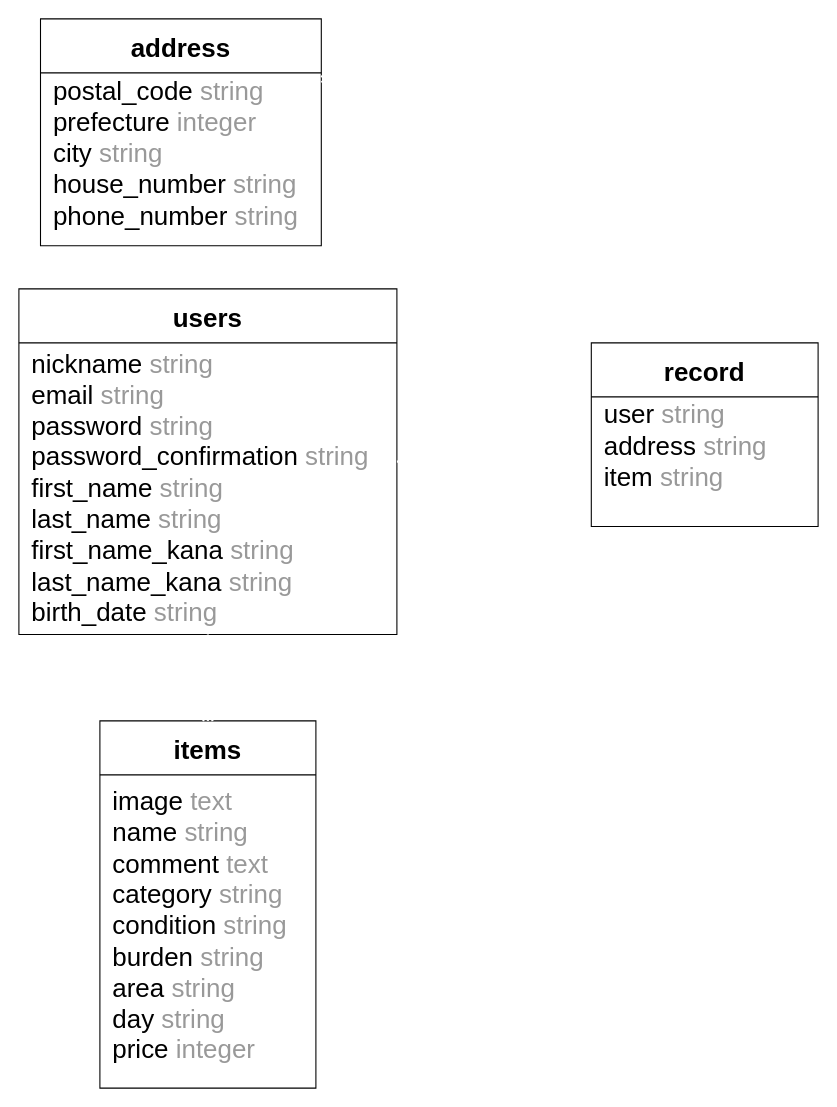
eshy5001/furima-31505 keeps this draw.io diagram as ER.dio. Above is the earlier version. Source tidied: cells renumbered, new cells numbered last; positions are measured from the earlier drawing's top-left corner, leaving out a move shared by most shapes. Both pictures are drawn from the tidied source at 108%, with x=0, y=0 at pixel (18, 18).
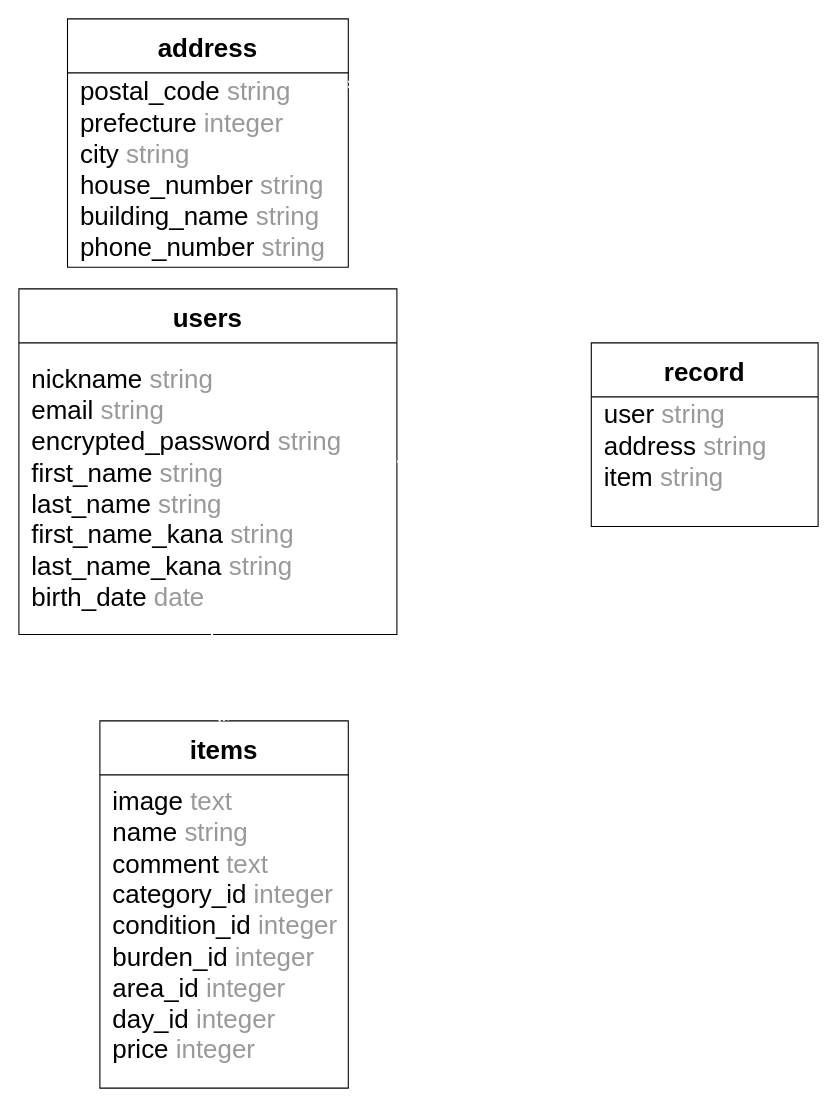
After the change.

Commit message (it also covers changes not shown here):
DBのER図とREADME_修正版

The edit, as a diff of the source:
```diff
@@
 <mxGraphModel>
   <root>
     <mxCell id="0" />
     <mxCell id="1" parent="0" />
     <mxCell id="2" value="users" style="swimlane;startSize=50;fontSize=24;labelBackgroundColor=none;labelBorderColor=none;swimlaneFillColor=#FFFFFF;fontColor=#000000;" parent="1" vertex="1">
       <mxGeometry y="250" width="350" height="320" as="geometry" />
     </mxCell>
-    <mxCell id="3" value="&lt;font color=&quot;#000000&quot;&gt;nickname&lt;/font&gt;&amp;nbsp;&lt;font color=&quot;#999999&quot;&gt;string&lt;/font&gt;&lt;br&gt;&lt;font color=&quot;#000000&quot;&gt;email&lt;/font&gt;&amp;nbsp;&lt;font color=&quot;#999999&quot;&gt;string&lt;/font&gt;&lt;br&gt;&lt;font color=&quot;#000000&quot;&gt;password&lt;/font&gt;&amp;nbsp;&lt;font color=&quot;#999999&quot;&gt;string&lt;/font&gt;&lt;br&gt;&lt;div&gt;&lt;font color=&quot;#000000&quot;&gt;password_confirmation&lt;/font&gt;&amp;nbsp;&lt;font color=&quot;#999999&quot;&gt;string&lt;/font&gt;&lt;/div&gt;&lt;div&gt;&lt;font color=&quot;#000000&quot;&gt;first_name&lt;/font&gt;&amp;nbsp;&lt;font color=&quot;#999999&quot;&gt;string&lt;/font&gt;&lt;/div&gt;&lt;div&gt;&lt;font color=&quot;#000000&quot;&gt;last_name&lt;/font&gt;&amp;nbsp;&lt;font color=&quot;#999999&quot;&gt;string&lt;/font&gt;&lt;/div&gt;&lt;div&gt;&lt;font color=&quot;#000000&quot;&gt;first_name_kana&lt;/font&gt;&amp;nbsp;&lt;font color=&quot;#999999&quot;&gt;string&lt;/font&gt;&lt;/div&gt;&lt;div&gt;&lt;font color=&quot;#000000&quot;&gt;last_name_kana&lt;/font&gt;&amp;nbsp;&lt;font color=&quot;#999999&quot;&gt;string&lt;/font&gt;&lt;/div&gt;&lt;div&gt;&lt;font color=&quot;#000000&quot;&gt;birth_date&lt;/font&gt;&lt;font color=&quot;#999999&quot;&gt; string&lt;/font&gt;&lt;/div&gt;" style="text;html=1;align=left;verticalAlign=middle;points=[];fontSize=24;" parent="2" vertex="1">
-      <mxGeometry x="10" y="50" width="330" height="270" as="geometry" />
+    <mxCell id="3" value="&lt;font color=&quot;#000000&quot;&gt;nickname&lt;/font&gt;&amp;nbsp;&lt;font color=&quot;#999999&quot;&gt;string&lt;/font&gt;&lt;br&gt;&lt;font color=&quot;#000000&quot;&gt;email&lt;/font&gt;&amp;nbsp;&lt;font color=&quot;#999999&quot;&gt;string&lt;/font&gt;&lt;br&gt;&lt;font color=&quot;#000000&quot;&gt;encrypted_password&lt;/font&gt;&amp;nbsp;&lt;font color=&quot;#999999&quot;&gt;string&lt;br&gt;&lt;/font&gt;&lt;div&gt;&lt;font color=&quot;#000000&quot;&gt;first_name&lt;/font&gt;&amp;nbsp;&lt;font color=&quot;#999999&quot;&gt;string&lt;/font&gt;&lt;/div&gt;&lt;div&gt;&lt;font color=&quot;#000000&quot;&gt;last_name&lt;/font&gt;&amp;nbsp;&lt;font color=&quot;#999999&quot;&gt;string&lt;/font&gt;&lt;/div&gt;&lt;div&gt;&lt;font color=&quot;#000000&quot;&gt;first_name_kana&lt;/font&gt;&amp;nbsp;&lt;font color=&quot;#999999&quot;&gt;string&lt;/font&gt;&lt;/div&gt;&lt;div&gt;&lt;font color=&quot;#000000&quot;&gt;last_name_kana&lt;/font&gt;&amp;nbsp;&lt;font color=&quot;#999999&quot;&gt;string&lt;/font&gt;&lt;/div&gt;&lt;div&gt;&lt;font color=&quot;#000000&quot;&gt;birth_date&lt;/font&gt;&lt;font color=&quot;#999999&quot;&gt;&amp;nbsp;date&lt;/font&gt;&lt;/div&gt;" style="text;html=1;align=left;verticalAlign=middle;points=[];fontSize=24;" parent="2" vertex="1">
+      <mxGeometry x="10" y="65" width="300" height="240" as="geometry" />
     </mxCell>
     <mxCell id="4" value="address" style="swimlane;startSize=50;fontSize=24;swimlaneFillColor=#ffffff;fontColor=#000000;labelBackgroundColor=none;" parent="1" vertex="1">
-      <mxGeometry x="20" width="260" height="210" as="geometry" />
+      <mxGeometry x="45" width="260" height="230" as="geometry" />
     </mxCell>
-    <mxCell id="5" value="&lt;font color=&quot;#000000&quot;&gt;postal_code&lt;/font&gt;&amp;nbsp;&lt;font color=&quot;#999999&quot;&gt;string&lt;/font&gt;&lt;br&gt;&lt;font color=&quot;#000000&quot;&gt;prefecture&lt;/font&gt; &lt;font color=&quot;#999999&quot;&gt;integer&lt;/font&gt;&lt;br&gt;&lt;font color=&quot;#000000&quot;&gt;city&lt;/font&gt;&amp;nbsp;&lt;font color=&quot;#999999&quot;&gt;string&lt;/font&gt;&lt;br&gt;&lt;div&gt;&lt;font color=&quot;#000000&quot;&gt;house_number&lt;/font&gt;&lt;font color=&quot;#999999&quot;&gt; string&lt;/font&gt;&lt;/div&gt;&lt;div&gt;&lt;font color=&quot;#000000&quot;&gt;phone_number&lt;/font&gt;&amp;nbsp;&lt;font color=&quot;#999999&quot;&gt;string&lt;br&gt;&lt;/font&gt;&lt;/div&gt;" style="text;html=1;align=left;verticalAlign=middle;fontSize=24;" parent="4" vertex="1">
-      <mxGeometry x="10" y="50" width="240" height="150" as="geometry" />
+    <mxCell id="5" value="&lt;font color=&quot;#000000&quot;&gt;postal_code&lt;/font&gt;&amp;nbsp;&lt;font color=&quot;#999999&quot;&gt;string&lt;/font&gt;&lt;br&gt;&lt;font color=&quot;#000000&quot;&gt;prefecture&lt;/font&gt; &lt;font color=&quot;#999999&quot;&gt;integer&lt;/font&gt;&lt;br&gt;&lt;font color=&quot;#000000&quot;&gt;city&lt;/font&gt;&amp;nbsp;&lt;font color=&quot;#999999&quot;&gt;string&lt;/font&gt;&lt;br&gt;&lt;div&gt;&lt;font color=&quot;#000000&quot;&gt;house_number&lt;/font&gt;&lt;font color=&quot;#999999&quot;&gt; string&lt;/font&gt;&lt;/div&gt;&lt;div&gt;&lt;font color=&quot;#000000&quot;&gt;building_name&lt;/font&gt;&lt;font color=&quot;#999999&quot;&gt; string&lt;/font&gt;&lt;/div&gt;&lt;div&gt;&lt;font color=&quot;#000000&quot;&gt;phone_number&lt;/font&gt;&amp;nbsp;&lt;font color=&quot;#999999&quot;&gt;string&lt;br&gt;&lt;/font&gt;&lt;/div&gt;" style="text;html=1;align=left;verticalAlign=middle;fontSize=24;" parent="4" vertex="1">
+      <mxGeometry x="10" y="50" width="240" height="180" as="geometry" />
     </mxCell>
     <mxCell id="6" style="edgeStyle=none;rounded=0;jettySize=auto;html=1;startArrow=ERmandOne;startFill=0;endArrow=ERmandOne;endFill=0;strokeWidth=2;fontSize=24;fontColor=#f0f0f0;entryX=0;entryY=1;entryDx=0;entryDy=0;strokeColor=#FFFFFF;" parent="1" edge="1" source="7" target="11">
       <mxGeometry relative="1" as="geometry" />
     </mxCell>
     <mxCell id="7" value="items" style="swimlane;startSize=50;fontSize=24;swimlaneFillColor=#FFFFFF;fontColor=#000000;labelBorderColor=none;labelBackgroundColor=none;" parent="1" vertex="1">
-      <mxGeometry x="75" y="650" width="200" height="340" as="geometry" />
+      <mxGeometry x="75" y="650" width="230" height="340" as="geometry" />
     </mxCell>
-    <mxCell id="8" value="&lt;font color=&quot;#000000&quot;&gt;image&lt;/font&gt;&amp;nbsp;&lt;font color=&quot;#999999&quot;&gt;text&lt;/font&gt;&lt;br&gt;&lt;font color=&quot;#000000&quot;&gt;name&lt;/font&gt;&amp;nbsp;&lt;font color=&quot;#999999&quot;&gt;string&lt;/font&gt;&lt;br&gt;&lt;font color=&quot;#000000&quot;&gt;comment&lt;/font&gt;&amp;nbsp;&lt;font color=&quot;#999999&quot;&gt;text&lt;/font&gt;&lt;br&gt;&lt;div&gt;&lt;font color=&quot;#000000&quot;&gt;category&lt;/font&gt; &lt;font color=&quot;#999999&quot;&gt;string&lt;/font&gt;&lt;/div&gt;&lt;div&gt;&lt;font color=&quot;#000000&quot;&gt;condition&lt;/font&gt;&amp;nbsp;&lt;font color=&quot;#999999&quot;&gt;string&lt;/font&gt;&lt;/div&gt;&lt;div&gt;&lt;font color=&quot;#000000&quot;&gt;burden&lt;/font&gt;&amp;nbsp;&lt;font color=&quot;#999999&quot;&gt;string&lt;/font&gt;&lt;/div&gt;&lt;div&gt;&lt;font color=&quot;#000000&quot;&gt;area&lt;/font&gt;&amp;nbsp;&lt;font color=&quot;#999999&quot;&gt;string&lt;/font&gt;&lt;/div&gt;&lt;div&gt;&lt;font color=&quot;#000000&quot;&gt;day&lt;/font&gt;&amp;nbsp;&lt;font color=&quot;#999999&quot;&gt;string&lt;/font&gt;&lt;/div&gt;&lt;div&gt;&lt;font color=&quot;#000000&quot;&gt;price&lt;/font&gt;&lt;font color=&quot;#999999&quot;&gt; integer&lt;/font&gt;&lt;/div&gt;" style="text;html=1;align=left;verticalAlign=middle;fontSize=24;" parent="7" vertex="1">
-      <mxGeometry x="10" y="55" width="180" height="270" as="geometry" />
+    <mxCell id="8" value="&lt;font color=&quot;#000000&quot;&gt;image&lt;/font&gt;&amp;nbsp;&lt;font color=&quot;#999999&quot;&gt;text&lt;/font&gt;&lt;br&gt;&lt;font color=&quot;#000000&quot;&gt;name&lt;/font&gt;&amp;nbsp;&lt;font color=&quot;#999999&quot;&gt;string&lt;/font&gt;&lt;br&gt;&lt;font color=&quot;#000000&quot;&gt;comment&lt;/font&gt;&amp;nbsp;&lt;font color=&quot;#999999&quot;&gt;text&lt;/font&gt;&lt;br&gt;&lt;div&gt;&lt;font color=&quot;#000000&quot;&gt;category_id&lt;/font&gt; &lt;font color=&quot;#999999&quot;&gt;integer&lt;/font&gt;&lt;/div&gt;&lt;div&gt;&lt;font color=&quot;#000000&quot;&gt;condition_id&lt;/font&gt;&amp;nbsp;&lt;font color=&quot;#999999&quot;&gt;integer&lt;/font&gt;&lt;/div&gt;&lt;div&gt;&lt;font color=&quot;#000000&quot;&gt;burden_id&lt;/font&gt;&amp;nbsp;&lt;font color=&quot;#999999&quot;&gt;integer&lt;/font&gt;&lt;/div&gt;&lt;div&gt;&lt;font color=&quot;#000000&quot;&gt;area_id&lt;/font&gt;&amp;nbsp;&lt;font color=&quot;#999999&quot;&gt;integer&lt;/font&gt;&lt;/div&gt;&lt;div&gt;&lt;font color=&quot;#000000&quot;&gt;day_id&lt;/font&gt;&amp;nbsp;&lt;font color=&quot;#999999&quot;&gt;integer&lt;/font&gt;&lt;/div&gt;&lt;div&gt;&lt;font color=&quot;#000000&quot;&gt;price&lt;/font&gt;&lt;font color=&quot;#999999&quot;&gt; integer&lt;/font&gt;&lt;/div&gt;" style="text;html=1;align=left;verticalAlign=middle;fontSize=24;" parent="7" vertex="1">
+      <mxGeometry x="10" y="55" width="220" height="270" as="geometry" />
     </mxCell>
     <mxCell id="9" style="edgeStyle=none;rounded=0;jettySize=auto;html=1;entryX=1;entryY=0.25;entryDx=0;entryDy=0;startArrow=ERmandOne;startFill=0;endArrow=ERmandOne;endFill=0;strokeWidth=2;fontSize=24;fontColor=#f0f0f0;strokeColor=#FFFFFF;" parent="1" edge="1" source="11" target="4">
       <mxGeometry relative="1" as="geometry" />
     </mxCell>
     <mxCell id="10" style="edgeStyle=none;rounded=0;jettySize=auto;html=1;entryX=1;entryY=0.5;entryDx=0;entryDy=0;startArrow=ERmany;startFill=0;endArrow=ERone;endFill=0;strokeWidth=2;fontSize=24;fontColor=#f0f0f0;strokeColor=#FFFFFF;" parent="1" edge="1" target="2">
       <mxGeometry relative="1" as="geometry">
         <mxPoint x="530" y="400" as="sourcePoint" />
       </mxGeometry>
     </mxCell>
     <mxCell id="11" value="record" style="swimlane;startSize=50;fontSize=24;labelBackgroundColor=none;labelBorderColor=none;swimlaneFillColor=#FFFFFF;fontColor=#000000;" parent="1" vertex="1">
       <mxGeometry x="530" y="300" width="210" height="170" as="geometry" />
     </mxCell>
     <mxCell id="12" value="&lt;font color=&quot;#000000&quot;&gt;user&lt;/font&gt;&amp;nbsp;&lt;font color=&quot;#999999&quot;&gt;string&lt;/font&gt;&lt;br&gt;&lt;font color=&quot;#000000&quot;&gt;address&lt;/font&gt;&amp;nbsp;&lt;font color=&quot;#999999&quot;&gt;string&lt;/font&gt;&lt;br&gt;&lt;font color=&quot;#000000&quot;&gt;item&lt;/font&gt;&amp;nbsp;&lt;font color=&quot;#999999&quot;&gt;string&lt;/font&gt;&lt;br&gt;&lt;div&gt;&lt;br&gt;&lt;/div&gt;" style="text;html=1;align=left;verticalAlign=middle;fontSize=24;" parent="11" vertex="1">
       <mxGeometry x="10" y="50" width="170" height="120" as="geometry" />
     </mxCell>
     <mxCell id="13" style="edgeStyle=none;rounded=0;jettySize=auto;html=1;entryX=0.5;entryY=0;entryDx=0;entryDy=0;startArrow=ERone;startFill=0;endArrow=ERmany;endFill=0;strokeWidth=2;fontSize=24;fontColor=#f0f0f0;strokeColor=#FFFFFF;" parent="1" edge="1" source="3" target="7">
       <mxGeometry relative="1" as="geometry" />
     </mxCell>
   </root>
 </mxGraphModel>
```
